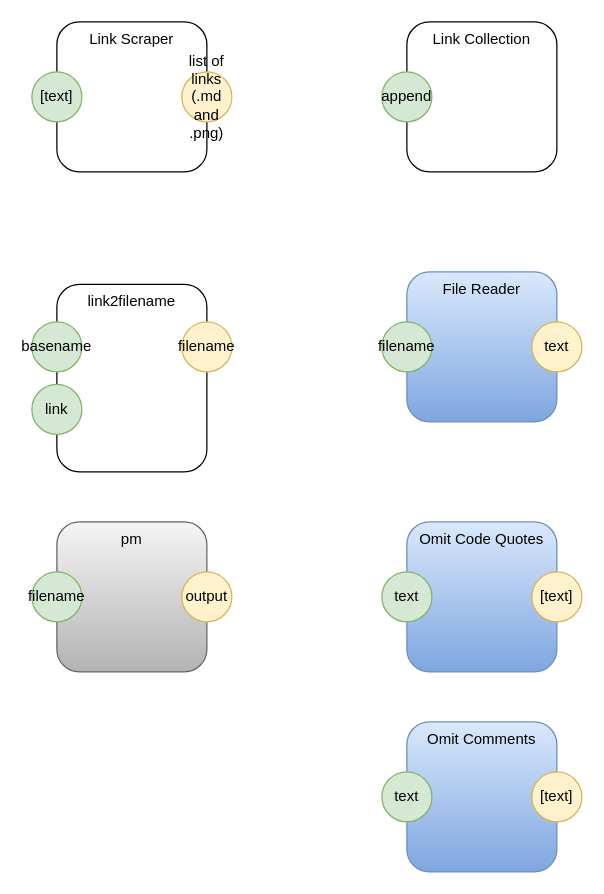
This is page "Page-1" (1 of 2) of pm-copy.drawio from guitarvydas/pypm, a draw.io file, before an edit. Source tidied: cells renumbered, new cells numbered last; positions are measured from the earlier drawing's top-left corner, leaving out a move shared by most shapes. Both pictures are drawn from the tidied source at 125%, with x=0, y=0 at pixel (31, 21).
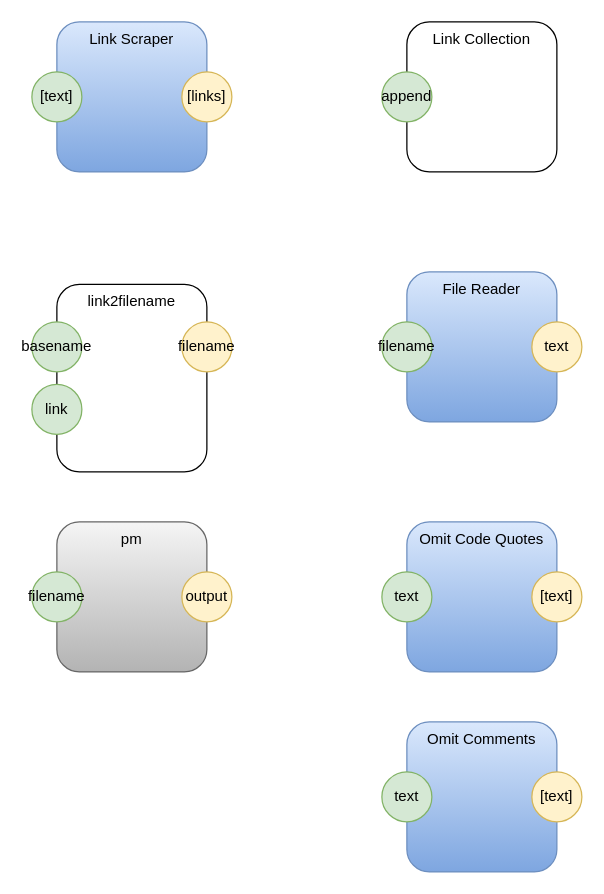
The same page after the edit.

What changed in the source:
```diff
@@
-    <mxCell id="2" value="Link Scraper" style="rounded=1;whiteSpace=wrap;html=1;horizontal=1;verticalAlign=top;" parent="1" vertex="1">
+    <mxCell id="2" value="Link Scraper" style="rounded=1;whiteSpace=wrap;html=1;horizontal=1;verticalAlign=top;gradientColor=#7ea6e0;fillColor=#dae8fc;strokeColor=#6c8ebf;" parent="1" vertex="1">
       <mxGeometry x="20" width="120" height="120" as="geometry" />
     </mxCell>
@@
-    <mxCell id="4" value="list of links (.md and .png)" style="ellipse;whiteSpace=wrap;html=1;fillColor=#fff2cc;strokeColor=#d6b656;" parent="1" vertex="1">
+    <mxCell id="4" value="[links]" style="ellipse;whiteSpace=wrap;html=1;fillColor=#fff2cc;strokeColor=#d6b656;" parent="1" vertex="1">
       <mxGeometry x="120" y="40" width="40" height="40" as="geometry" />
     </mxCell>
```
